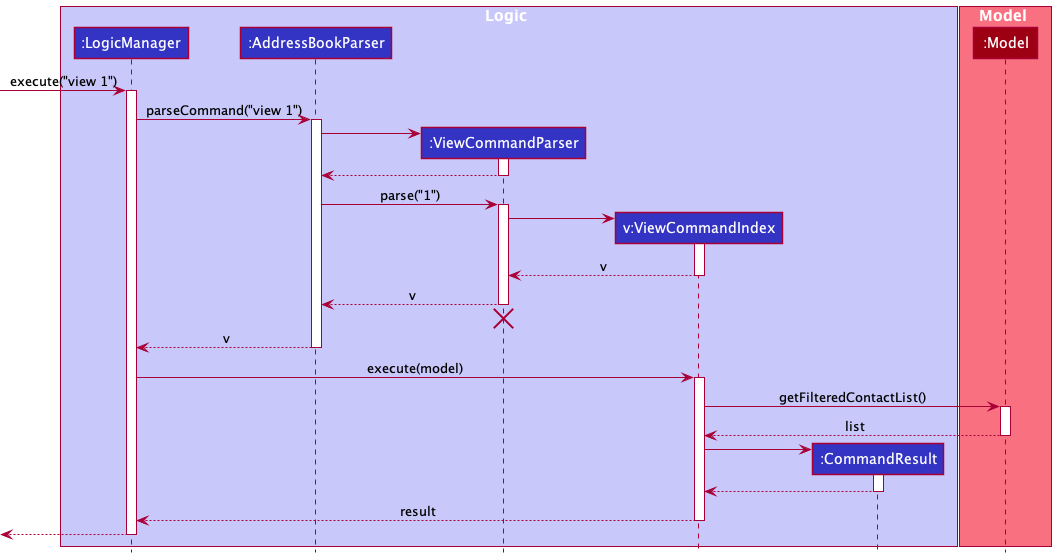
The PlantUML diagram docs/images/ViewSequenceDiagram.png in nus-cs2103-AY2122S1/tp, before a commit.
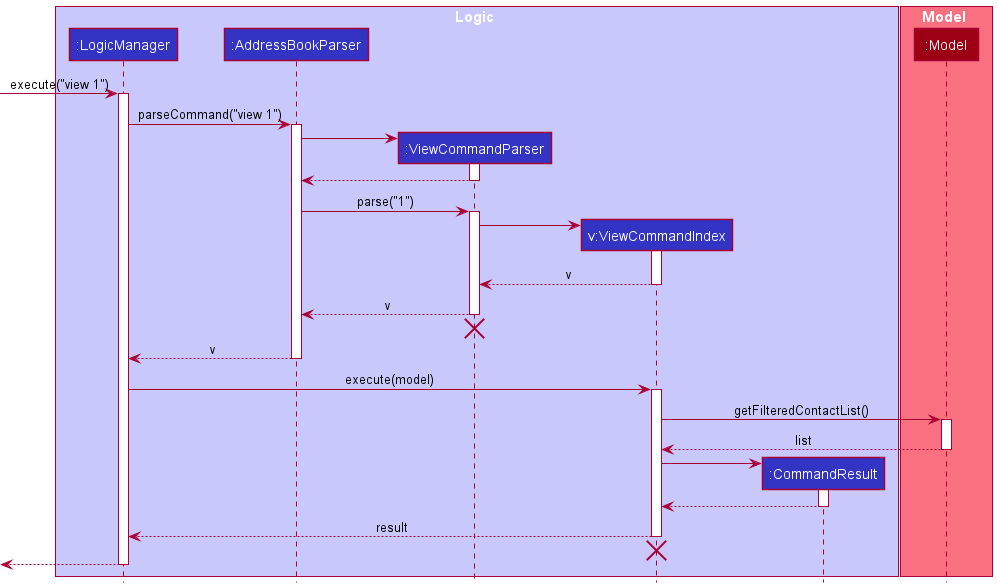
Above is the later version.

The edit, as a diff of the source:
```diff
@@ -62,6 +62,8 @@
 
 ViewCommandIndex --> LogicManager : result
 deactivate ViewCommandIndex
+ViewCommandIndex -[hidden]-> LogicManager
+destroy ViewCommandIndex
 
 [<--LogicManager
 deactivate LogicManager
```
